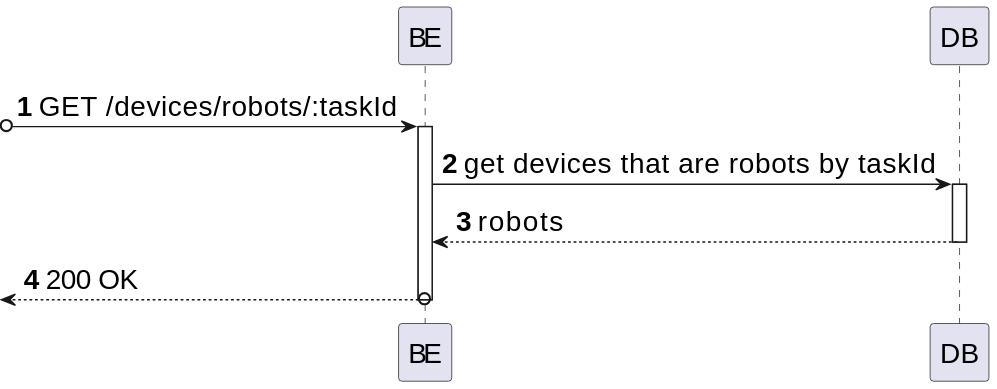
Before: _wiki/sprint-a/us22-390/views/level-3/assets/process-view.svg, a diagram exported from PlantUML (miseEnPlace-dev/lapr5).
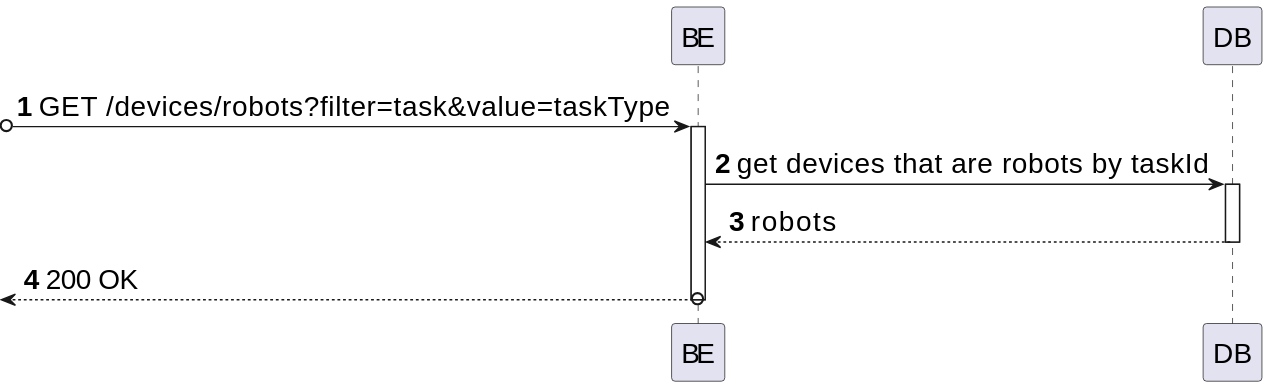
The same diagram one commit later.

The edit, as a diff of the source:
```diff
@@ -4,7 +4,7 @@
 participant BE as "BE"
 participant DB as "DB"
 
-?o-> BE : GET /devices/robots/:taskId
+?o-> BE : GET  /devices/robots?filter=task&value=taskType
 activate BE
 
 BE -> DB : get devices that are robots by taskId
```
